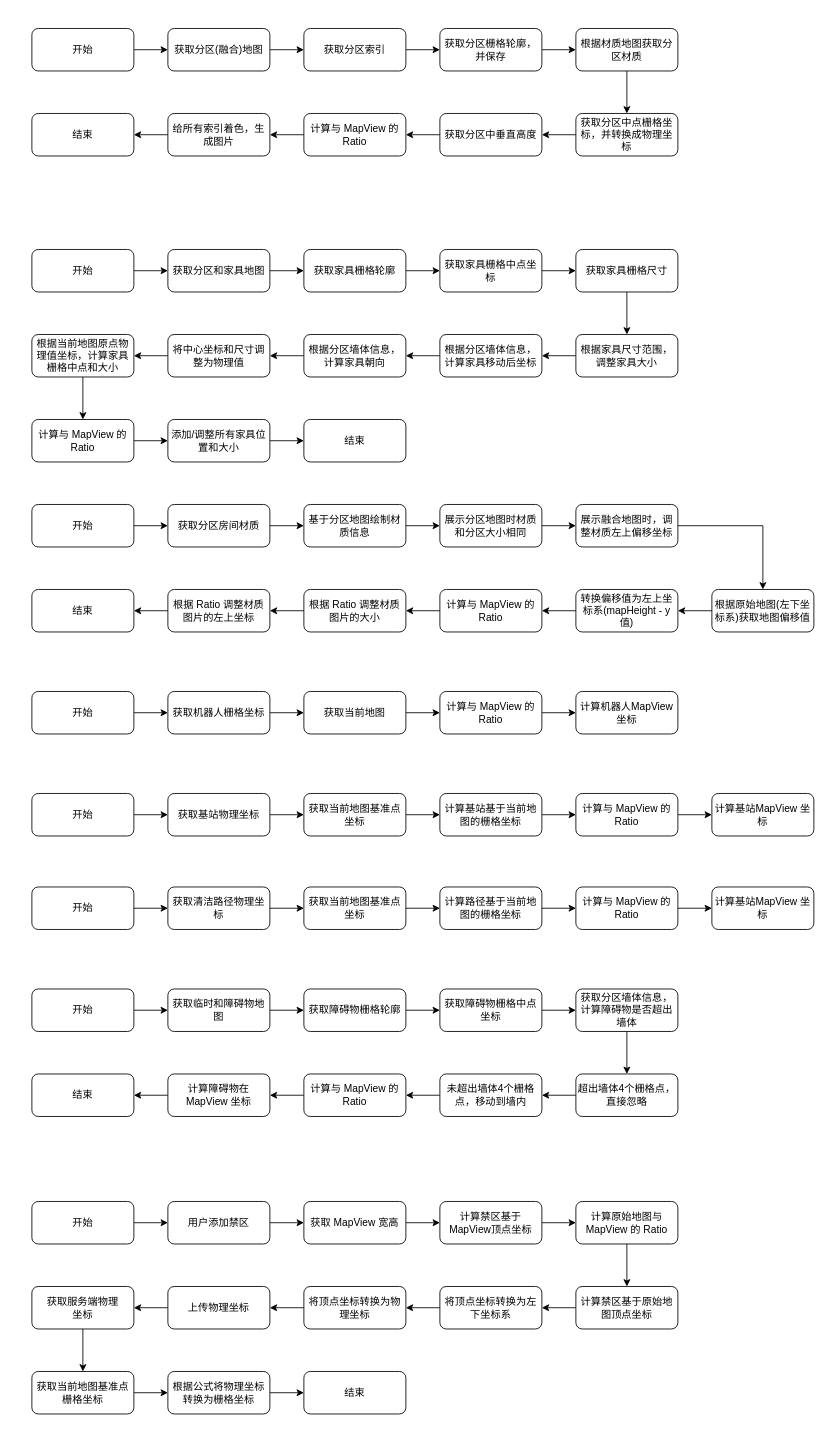
Above: 融合地图方案整理.drawio in dev-dylan/draw.io (draw.io), before the change. Source tidied: cells renumbered, new cells numbered last; positions are measured from the earlier drawing's top-left corner, leaving out a move shared by most shapes. Both pictures are drawn from the tidied source at 85%, with x=0, y=0 at pixel (31, 28).
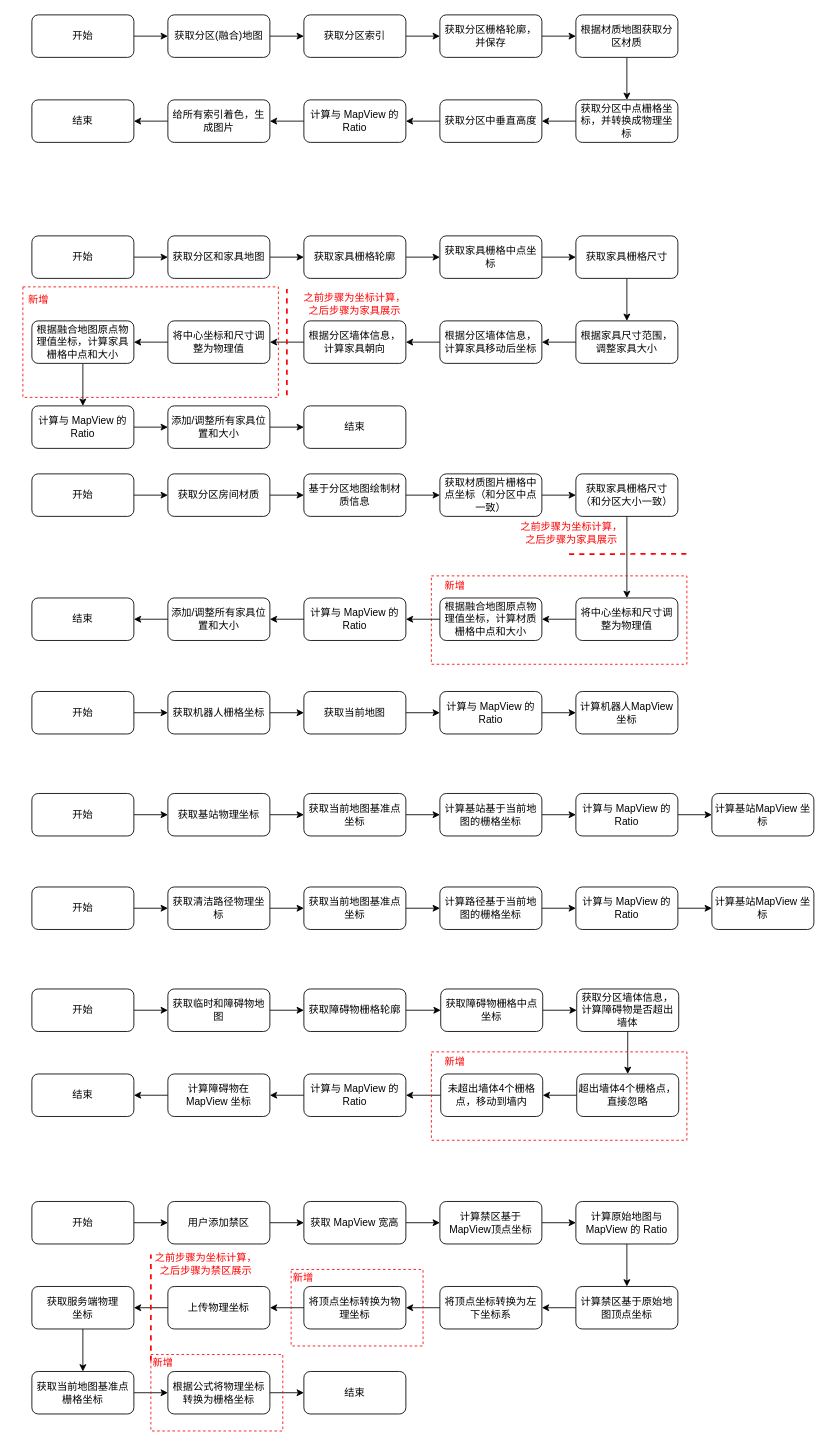
Above is the later version.

Commit message:
更新融合地图方案整理.drawio

Diff of the diagram source:
```diff
@@
     <mxCell id="3" value="开始" style="rounded=1;whiteSpace=wrap;html=1;" parent="1" vertex="1">
-      <mxGeometry width="120" height="50" as="geometry" />
+      <mxGeometry y="-16" width="120" height="50" as="geometry" />
     </mxCell>
@@
     <mxCell id="5" value="获取分区(融合)地图" style="rounded=1;whiteSpace=wrap;html=1;" parent="1" vertex="1">
-      <mxGeometry x="160" width="120" height="50" as="geometry" />
+      <mxGeometry x="160" y="-16" width="120" height="50" as="geometry" />
     </mxCell>
@@
     <mxCell id="7" value="获取分区索引" style="rounded=1;whiteSpace=wrap;html=1;" parent="1" vertex="1">
-      <mxGeometry x="320" width="120" height="50" as="geometry" />
+      <mxGeometry x="320" y="-16" width="120" height="50" as="geometry" />
     </mxCell>
@@
     <mxCell id="9" value="获取分区栅格轮廓，并保存" style="rounded=1;whiteSpace=wrap;html=1;" parent="1" vertex="1">
-      <mxGeometry x="480" width="120" height="50" as="geometry" />
+      <mxGeometry x="480" y="-16" width="120" height="50" as="geometry" />
     </mxCell>
@@
     <mxCell id="11" value="根据材质地图获取分区材质" style="rounded=1;whiteSpace=wrap;html=1;" parent="1" vertex="1">
-      <mxGeometry x="640" width="120" height="50" as="geometry" />
+      <mxGeometry x="640" y="-16" width="120" height="50" as="geometry" />
     </mxCell>
@@
     <mxCell id="13" value="获取分区中点栅格坐标，并转换成物理坐标" style="rounded=1;whiteSpace=wrap;html=1;" parent="1" vertex="1">
-      <mxGeometry x="640" y="100" width="120" height="50" as="geometry" />
+      <mxGeometry x="640" y="84" width="120" height="50" as="geometry" />
     </mxCell>
@@
     <mxCell id="15" value="获取分区中垂直高度" style="rounded=1;whiteSpace=wrap;html=1;" parent="1" vertex="1">
-      <mxGeometry x="480" y="100" width="120" height="50" as="geometry" />
+      <mxGeometry x="480" y="84" width="120" height="50" as="geometry" />
     </mxCell>
     <mxCell id="16" value="结束" style="rounded=1;whiteSpace=wrap;html=1;" parent="1" vertex="1">
-      <mxGeometry y="100" width="120" height="50" as="geometry" />
+      <mxGeometry y="84" width="120" height="50" as="geometry" />
     </mxCell>
@@
     <mxCell id="18" value="计算与 MapView 的 Ratio" style="rounded=1;whiteSpace=wrap;html=1;" parent="1" vertex="1">
-      <mxGeometry x="320" y="100" width="120" height="50" as="geometry" />
+      <mxGeometry x="320" y="84" width="120" height="50" as="geometry" />
     </mxCell>
@@
     <mxCell id="20" value="给所有索引着色，生成图片" style="rounded=1;whiteSpace=wrap;html=1;" parent="1" vertex="1">
-      <mxGeometry x="160" y="100" width="120" height="50" as="geometry" />
+      <mxGeometry x="160" y="84" width="120" height="50" as="geometry" />
     </mxCell>
@@
     <mxCell id="22" value="开始" style="rounded=1;whiteSpace=wrap;html=1;" parent="1" vertex="1">
-      <mxGeometry y="260" width="120" height="50" as="geometry" />
+      <mxGeometry y="244" width="120" height="50" as="geometry" />
     </mxCell>
@@
     <mxCell id="24" value="获取分区和家具地图" style="rounded=1;whiteSpace=wrap;html=1;" parent="1" vertex="1">
-      <mxGeometry x="160" y="260" width="120" height="50" as="geometry" />
+      <mxGeometry x="160" y="244" width="120" height="50" as="geometry" />
     </mxCell>
@@
     <mxCell id="26" value="获取家具栅格轮廓" style="rounded=1;whiteSpace=wrap;html=1;" parent="1" vertex="1">
-      <mxGeometry x="320" y="260" width="120" height="50" as="geometry" />
+      <mxGeometry x="320" y="244" width="120" height="50" as="geometry" />
     </mxCell>
@@
     <mxCell id="28" value="获取家具栅格中点坐标" style="rounded=1;whiteSpace=wrap;html=1;" parent="1" vertex="1">
-      <mxGeometry x="480" y="260" width="120" height="50" as="geometry" />
+      <mxGeometry x="480" y="244" width="120" height="50" as="geometry" />
     </mxCell>
@@
     <mxCell id="30" value="获取家具栅格尺寸" style="rounded=1;whiteSpace=wrap;html=1;" parent="1" vertex="1">
-      <mxGeometry x="640" y="260" width="120" height="50" as="geometry" />
+      <mxGeometry x="640" y="244" width="120" height="50" as="geometry" />
     </mxCell>
@@
     <mxCell id="32" value="根据家具尺寸范围，调整家具大小" style="rounded=1;whiteSpace=wrap;html=1;" parent="1" vertex="1">
-      <mxGeometry x="640" y="360" width="120" height="50" as="geometry" />
+      <mxGeometry x="640" y="344" width="120" height="50" as="geometry" />
     </mxCell>
@@
     <mxCell id="34" value="根据分区墙体信息，计算家具移动后坐标" style="rounded=1;whiteSpace=wrap;html=1;" parent="1" vertex="1">
-      <mxGeometry x="480" y="360" width="120" height="50" as="geometry" />
+      <mxGeometry x="480" y="344" width="120" height="50" as="geometry" />
     </mxCell>
@@
-    <mxCell id="36" value="根据当前地图原点物理值坐标，计算家具栅格中点和大小" style="rounded=1;whiteSpace=wrap;html=1;" parent="1" vertex="1">
-      <mxGeometry y="360" width="120" height="50" as="geometry" />
+    <mxCell id="36" value="根据融合地图原点物理值坐标，计算家具栅格中点和大小" style="rounded=1;whiteSpace=wrap;html=1;" parent="1" vertex="1">
+      <mxGeometry y="344" width="120" height="50" as="geometry" />
     </mxCell>
@@
     <mxCell id="38" value="根据分区墙体信息，计算家具朝向" style="rounded=1;whiteSpace=wrap;html=1;" parent="1" vertex="1">
-      <mxGeometry x="320" y="360" width="120" height="50" as="geometry" />
+      <mxGeometry x="320" y="344" width="120" height="50" as="geometry" />
     </mxCell>
@@
     <mxCell id="40" value="将中心坐标和尺寸调整为物理值" style="rounded=1;whiteSpace=wrap;html=1;" parent="1" vertex="1">
-      <mxGeometry x="160" y="360" width="120" height="50" as="geometry" />
+      <mxGeometry x="160" y="344" width="120" height="50" as="geometry" />
     </mxCell>
@@
     <mxCell id="42" value="计算与 MapView 的 Ratio" style="rounded=1;whiteSpace=wrap;html=1;" parent="1" vertex="1">
-      <mxGeometry y="460" width="120" height="50" as="geometry" />
+      <mxGeometry y="444" width="120" height="50" as="geometry" />
     </mxCell>
@@
     <mxCell id="44" value="添加/调整所有家具位置和大小" style="rounded=1;whiteSpace=wrap;html=1;" parent="1" vertex="1">
-      <mxGeometry x="160" y="460" width="120" height="50" as="geometry" />
+      <mxGeometry x="160" y="444" width="120" height="50" as="geometry" />
     </mxCell>
     <mxCell id="45" value="结束" style="rounded=1;whiteSpace=wrap;html=1;" parent="1" vertex="1">
-      <mxGeometry x="320" y="460" width="120" height="50" as="geometry" />
+      <mxGeometry x="320" y="444" width="120" height="50" as="geometry" />
     </mxCell>
-    <mxCell id="46" style="edgeStyle=orthogonalEdgeStyle;rounded=0;jettySize=auto;html=1;exitX=1;exitY=0.5;exitDx=0;exitDy=0;" parent="1" edge="1" source="47" target="49">
-      <mxGeometry relative="1" as="geometry" />
-    </mxCell>
-    <mxCell id="47" value="开始" style="rounded=1;whiteSpace=wrap;html=1;" parent="1" vertex="1">
-      <mxGeometry y="560" width="120" height="50" as="geometry" />
-    </mxCell>
-    <mxCell id="48" style="edgeStyle=orthogonalEdgeStyle;rounded=0;jettySize=auto;html=1;exitX=1;exitY=0.5;exitDx=0;exitDy=0;" parent="1" edge="1" source="49" target="51">
-      <mxGeometry relative="1" as="geometry" />
-    </mxCell>
-    <mxCell id="49" value="获取分区房间材质" style="rounded=1;whiteSpace=wrap;html=1;" parent="1" vertex="1">
-      <mxGeometry x="160" y="560" width="120" height="50" as="geometry" />
-    </mxCell>
-    <mxCell id="50" style="edgeStyle=orthogonalEdgeStyle;rounded=0;jettySize=auto;html=1;exitX=1;exitY=0.5;exitDx=0;exitDy=0;" parent="1" edge="1" source="51" target="53">
-      <mxGeometry relative="1" as="geometry" />
-    </mxCell>
-    <mxCell id="51" value="基于分区地图绘制材质信息" style="rounded=1;whiteSpace=wrap;html=1;" parent="1" vertex="1">
-      <mxGeometry x="320" y="560" width="120" height="50" as="geometry" />
-    </mxCell>
-    <mxCell id="52" style="edgeStyle=orthogonalEdgeStyle;rounded=0;jettySize=auto;html=1;exitX=1;exitY=0.5;exitDx=0;exitDy=0;" parent="1" edge="1" source="53" target="55">
-      <mxGeometry relative="1" as="geometry" />
-    </mxCell>
-    <mxCell id="53" value="展示分区地图时材质和分区大小相同" style="rounded=1;whiteSpace=wrap;html=1;" parent="1" vertex="1">
-      <mxGeometry x="480" y="560" width="120" height="50" as="geometry" />
-    </mxCell>
-    <mxCell id="54" style="edgeStyle=orthogonalEdgeStyle;rounded=0;jettySize=auto;html=1;exitX=1;exitY=0.5;exitDx=0;exitDy=0;entryX=0.5;entryY=0;entryDx=0;entryDy=0;" parent="1" edge="1" source="55" target="57">
-      <mxGeometry relative="1" as="geometry" />
-    </mxCell>
-    <mxCell id="55" value="展示融合地图时，调整材质左上偏移坐标" style="rounded=1;whiteSpace=wrap;html=1;" parent="1" vertex="1">
-      <mxGeometry x="640" y="560" width="120" height="50" as="geometry" />
-    </mxCell>
-    <mxCell id="56" style="edgeStyle=orthogonalEdgeStyle;rounded=0;jettySize=auto;html=1;exitX=0;exitY=0.5;exitDx=0;exitDy=0;entryX=1;entryY=0.5;entryDx=0;entryDy=0;" parent="1" edge="1" source="57" target="59">
-      <mxGeometry relative="1" as="geometry" />
-    </mxCell>
-    <mxCell id="57" value="根据原始地图(左下坐标系)获取地图偏移值" style="rounded=1;whiteSpace=wrap;html=1;" parent="1" vertex="1">
-      <mxGeometry x="800" y="660" width="120" height="50" as="geometry" />
-    </mxCell>
-    <mxCell id="58" style="edgeStyle=orthogonalEdgeStyle;rounded=0;jettySize=auto;html=1;exitX=0;exitY=0.5;exitDx=0;exitDy=0;entryX=1;entryY=0.5;entryDx=0;entryDy=0;" parent="1" edge="1" source="59" target="63">
-      <mxGeometry relative="1" as="geometry" />
-    </mxCell>
-    <mxCell id="59" value="转换偏移值为左上坐标系(mapHeight - y 值)" style="rounded=1;whiteSpace=wrap;html=1;" parent="1" vertex="1">
-      <mxGeometry x="640" y="660" width="120" height="50" as="geometry" />
-    </mxCell>
-    <mxCell id="60" style="edgeStyle=orthogonalEdgeStyle;rounded=0;jettySize=auto;html=1;exitX=0;exitY=0.5;exitDx=0;exitDy=0;entryX=1;entryY=0.5;entryDx=0;entryDy=0;" parent="1" edge="1" source="61" target="66">
-      <mxGeometry relative="1" as="geometry" />
-    </mxCell>
-    <mxCell id="61" value="根据 Ratio 调整材质图片的左上坐标" style="rounded=1;whiteSpace=wrap;html=1;" parent="1" vertex="1">
-      <mxGeometry x="160" y="660" width="120" height="50" as="geometry" />
-    </mxCell>
-    <mxCell id="62" style="edgeStyle=orthogonalEdgeStyle;rounded=0;jettySize=auto;html=1;exitX=0;exitY=0.5;exitDx=0;exitDy=0;entryX=1;entryY=0.5;entryDx=0;entryDy=0;" parent="1" edge="1" source="63" target="65">
-      <mxGeometry relative="1" as="geometry" />
-    </mxCell>
-    <mxCell id="63" value="计算与 MapView 的 Ratio" style="rounded=1;whiteSpace=wrap;html=1;" parent="1" vertex="1">
-      <mxGeometry x="480" y="660" width="120" height="50" as="geometry" />
-    </mxCell>
-    <mxCell id="64" style="edgeStyle=orthogonalEdgeStyle;rounded=0;jettySize=auto;html=1;exitX=0;exitY=0.5;exitDx=0;exitDy=0;entryX=1;entryY=0.5;entryDx=0;entryDy=0;" parent="1" edge="1" source="65" target="61">
-      <mxGeometry relative="1" as="geometry" />
-    </mxCell>
-    <mxCell id="65" value="根据 Ratio 调整材质图片的大小" style="rounded=1;whiteSpace=wrap;html=1;" parent="1" vertex="1">
-      <mxGeometry x="320" y="660" width="120" height="50" as="geometry" />
-    </mxCell>
-    <mxCell id="66" value="结束" style="rounded=1;whiteSpace=wrap;html=1;" parent="1" vertex="1">
-      <mxGeometry y="660" width="120" height="50" as="geometry" />
-    </mxCell>
@@
     <mxCell id="105" value="获取障碍物栅格中点坐标" style="rounded=1;whiteSpace=wrap;html=1;" parent="1" vertex="1">
-      <mxGeometry x="480" y="1130" width="120" height="50" as="geometry" />
+      <mxGeometry x="481" y="1130" width="120" height="50" as="geometry" />
     </mxCell>
@@
     <mxCell id="107" value="获取分区墙体信息，计算障碍物是否超出墙体" style="rounded=1;whiteSpace=wrap;html=1;" parent="1" vertex="1">
-      <mxGeometry x="640" y="1130" width="120" height="50" as="geometry" />
+      <mxGeometry x="641" y="1130" width="120" height="50" as="geometry" />
     </mxCell>
@@
     <mxCell id="109" value="超出墙体4个栅格点，直接忽略" style="rounded=1;whiteSpace=wrap;html=1;" parent="1" vertex="1">
-      <mxGeometry x="640" y="1230" width="120" height="50" as="geometry" />
+      <mxGeometry x="641" y="1230" width="120" height="50" as="geometry" />
     </mxCell>
@@
     <mxCell id="111" value="未超出墙体4个栅格点，移动到墙内" style="rounded=1;whiteSpace=wrap;html=1;" parent="1" vertex="1">
-      <mxGeometry x="480" y="1230" width="120" height="50" as="geometry" />
+      <mxGeometry x="481" y="1230" width="120" height="50" as="geometry" />
     </mxCell>
@@
+    <mxCell id="142" style="endArrow=none;dashed=1;html=1;rounded=0;fillColor=#f8cecc;strokeColor=#ff0000;strokeWidth=2;" parent="1" edge="1">
+      <mxGeometry relative="1" as="geometry">
+        <mxPoint x="300" y="431.5" as="sourcePoint" />
+        <mxPoint x="300" y="306.5" as="targetPoint" />
+      </mxGeometry>
+    </mxCell>
+    <mxCell id="143" value="之前步骤为坐标计算，&lt;br&gt;之后步骤为家具展示" style="text;html=1;strokeColor=none;fillColor=none;align=center;verticalAlign=middle;whiteSpace=wrap;rounded=0;fontColor=#ff0000;" parent="1" vertex="1">
+      <mxGeometry x="305" y="314" width="150" height="20" as="geometry" />
+    </mxCell>
+    <mxCell id="144" style="group;" parent="1" vertex="1">
+      <mxGeometry x="-20" y="304" width="310" height="130" as="geometry" />
+    </mxCell>
+    <mxCell id="145" style="rounded=0;whiteSpace=wrap;html=1;dashed=1;fillColor=none;strokeColor=#ff0000;" parent="144" vertex="1">
+      <mxGeometry x="9.4" width="300.6" height="130" as="geometry" />
+    </mxCell>
+    <mxCell id="146" value="新增" style="text;html=1;strokeColor=none;fillColor=none;align=center;verticalAlign=middle;whiteSpace=wrap;rounded=0;fontColor=#ff0000;" parent="144" vertex="1">
+      <mxGeometry width="56.4" height="30" as="geometry" />
+    </mxCell>
+    <mxCell id="46" style="edgeStyle=orthogonalEdgeStyle;rounded=0;jettySize=auto;html=1;exitX=1;exitY=0.5;exitDx=0;exitDy=0;" parent="1" edge="1" source="47" target="49">
+      <mxGeometry relative="1" as="geometry" />
+    </mxCell>
+    <mxCell id="47" value="开始" style="rounded=1;whiteSpace=wrap;html=1;" parent="1" vertex="1">
+      <mxGeometry y="524" width="120" height="50" as="geometry" />
+    </mxCell>
+    <mxCell id="48" style="edgeStyle=orthogonalEdgeStyle;rounded=0;jettySize=auto;html=1;exitX=1;exitY=0.5;exitDx=0;exitDy=0;" parent="1" edge="1" source="49" target="51">
+      <mxGeometry relative="1" as="geometry" />
+    </mxCell>
+    <mxCell id="49" value="获取分区房间材质" style="rounded=1;whiteSpace=wrap;html=1;" parent="1" vertex="1">
+      <mxGeometry x="160" y="524" width="120" height="50" as="geometry" />
+    </mxCell>
+    <mxCell id="147" style="edgeStyle=orthogonalEdgeStyle;rounded=0;jettySize=auto;html=1;exitX=1;exitY=0.5;exitDx=0;exitDy=0;" parent="1" edge="1" source="51" target="149">
+      <mxGeometry relative="1" as="geometry" />
+    </mxCell>
+    <mxCell id="51" value="基于分区地图绘制材质信息" style="rounded=1;whiteSpace=wrap;html=1;" parent="1" vertex="1">
+      <mxGeometry x="320" y="524" width="120" height="50" as="geometry" />
+    </mxCell>
+    <mxCell id="148" style="edgeStyle=orthogonalEdgeStyle;rounded=0;jettySize=auto;html=1;exitX=1;exitY=0.5;exitDx=0;exitDy=0;" parent="1" edge="1" source="149" target="151">
+      <mxGeometry relative="1" as="geometry" />
+    </mxCell>
+    <mxCell id="149" value="获取材质图片栅格中点坐标（和分区中点一致）" style="rounded=1;whiteSpace=wrap;html=1;" parent="1" vertex="1">
+      <mxGeometry x="480" y="524" width="120" height="50" as="geometry" />
+    </mxCell>
+    <mxCell id="150" style="edgeStyle=orthogonalEdgeStyle;rounded=0;jettySize=auto;html=1;exitX=0.5;exitY=1;exitDx=0;exitDy=0;" parent="1" edge="1" source="151" target="161">
+      <mxGeometry relative="1" as="geometry" />
+    </mxCell>
+    <mxCell id="151" value="获取家具栅格尺寸（和分区大小一致）" style="rounded=1;whiteSpace=wrap;html=1;" parent="1" vertex="1">
+      <mxGeometry x="640" y="524" width="120" height="50" as="geometry" />
+    </mxCell>
+    <mxCell id="152" style="edgeStyle=orthogonalEdgeStyle;rounded=0;jettySize=auto;html=1;exitX=0;exitY=0.5;exitDx=0;exitDy=0;entryX=1;entryY=0.5;entryDx=0;entryDy=0;" parent="1" edge="1" source="161" target="163">
+      <mxGeometry relative="1" as="geometry" />
+    </mxCell>
+    <mxCell id="153" style="edgeStyle=orthogonalEdgeStyle;rounded=0;jettySize=auto;html=1;exitX=0;exitY=0.5;exitDx=0;exitDy=0;entryX=1;entryY=0.5;entryDx=0;entryDy=0;" parent="1" edge="1" source="63" target="155">
+      <mxGeometry relative="1" as="geometry" />
+    </mxCell>
+    <mxCell id="63" value="计算与 MapView 的 Ratio" style="rounded=1;whiteSpace=wrap;html=1;" parent="1" vertex="1">
+      <mxGeometry x="320" y="670" width="120" height="50" as="geometry" />
+    </mxCell>
+    <mxCell id="154" style="edgeStyle=orthogonalEdgeStyle;rounded=0;jettySize=auto;html=1;exitX=0;exitY=0.5;exitDx=0;exitDy=0;entryX=1;entryY=0.5;entryDx=0;entryDy=0;" parent="1" edge="1" source="155" target="66">
+      <mxGeometry relative="1" as="geometry" />
+    </mxCell>
+    <mxCell id="155" value="添加/调整所有家具位置和大小" style="rounded=1;whiteSpace=wrap;html=1;" parent="1" vertex="1">
+      <mxGeometry x="160" y="670" width="120" height="50" as="geometry" />
+    </mxCell>
+    <mxCell id="66" value="结束" style="rounded=1;whiteSpace=wrap;html=1;" parent="1" vertex="1">
+      <mxGeometry y="670" width="120" height="50" as="geometry" />
+    </mxCell>
+    <mxCell id="156" style="endArrow=none;dashed=1;html=1;rounded=0;fillColor=#f8cecc;strokeColor=#ff0000;strokeWidth=2;" parent="1" edge="1">
+      <mxGeometry relative="1" as="geometry">
+        <mxPoint x="770" y="618" as="sourcePoint" />
+        <mxPoint x="630" y="618.5" as="targetPoint" />
+      </mxGeometry>
+    </mxCell>
+    <mxCell id="157" value="之前步骤为坐标计算，&lt;br&gt;之后步骤为家具展示" style="text;html=1;strokeColor=none;fillColor=none;align=center;verticalAlign=middle;whiteSpace=wrap;rounded=0;fontColor=#ff0000;" parent="1" vertex="1">
+      <mxGeometry x="560" y="584" width="150" height="20" as="geometry" />
+    </mxCell>
+    <mxCell id="158" style="group;" parent="1" vertex="1">
+      <mxGeometry x="470" y="644" width="310" height="104" as="geometry" />
+    </mxCell>
+    <mxCell id="159" value="新增" style="text;html=1;strokeColor=none;fillColor=none;align=center;verticalAlign=middle;whiteSpace=wrap;rounded=0;fontColor=#ff0000;" parent="158" vertex="1">
+      <mxGeometry width="56.4" height="24" as="geometry" />
+    </mxCell>
+    <mxCell id="160" style="rounded=0;whiteSpace=wrap;html=1;dashed=1;fillColor=none;strokeColor=#ff0000;" parent="158" vertex="1">
+      <mxGeometry width="300.6" height="104" as="geometry" />
+    </mxCell>
+    <mxCell id="161" value="将中心坐标和尺寸调整为物理值" style="rounded=1;whiteSpace=wrap;html=1;" parent="1" vertex="1">
+      <mxGeometry x="640" y="670" width="120" height="50" as="geometry" />
+    </mxCell>
+    <mxCell id="162" style="edgeStyle=orthogonalEdgeStyle;rounded=0;jettySize=auto;html=1;exitX=0;exitY=0.5;exitDx=0;exitDy=0;entryX=1;entryY=0.5;entryDx=0;entryDy=0;" parent="1" edge="1" source="163" target="63">
+      <mxGeometry relative="1" as="geometry" />
+    </mxCell>
+    <mxCell id="163" value="根据融合地图原点物理值坐标，计算材质栅格中点和大小" style="rounded=1;whiteSpace=wrap;html=1;" parent="1" vertex="1">
+      <mxGeometry x="480" y="670" width="120" height="50" as="geometry" />
+    </mxCell>
+    <mxCell id="164" style="group;" parent="1" vertex="1">
+      <mxGeometry x="470" y="1204" width="310" height="104" as="geometry" />
+    </mxCell>
+    <mxCell id="165" value="新增" style="text;html=1;strokeColor=none;fillColor=none;align=center;verticalAlign=middle;whiteSpace=wrap;rounded=0;fontColor=#ff0000;" parent="164" vertex="1">
+      <mxGeometry width="56.4" height="24" as="geometry" />
+    </mxCell>
+    <mxCell id="166" style="rounded=0;whiteSpace=wrap;html=1;dashed=1;fillColor=none;strokeColor=#ff0000;" parent="164" vertex="1">
+      <mxGeometry width="300.6" height="104" as="geometry" />
+    </mxCell>
+    <mxCell id="167" style="group;" parent="1" vertex="1">
+      <mxGeometry x="305" y="1460" width="160" height="90" as="geometry" />
+    </mxCell>
+    <mxCell id="168" value="新增" style="text;html=1;strokeColor=none;fillColor=none;align=center;verticalAlign=middle;whiteSpace=wrap;rounded=0;fontColor=#ff0000;" parent="167" vertex="1">
+      <mxGeometry width="29.1" height="20.8" as="geometry" />
+    </mxCell>
+    <mxCell id="169" style="rounded=0;whiteSpace=wrap;html=1;dashed=1;fillColor=none;strokeColor=#ff0000;" parent="167" vertex="1">
+      <mxGeometry width="155.2" height="90" as="geometry" />
+    </mxCell>
+    <mxCell id="170" style="endArrow=none;dashed=1;html=1;rounded=0;fillColor=#f8cecc;strokeColor=#ff0000;strokeWidth=2;" parent="1" edge="1">
+      <mxGeometry relative="1" as="geometry">
+        <mxPoint x="140" y="1567.5" as="sourcePoint" />
+        <mxPoint x="140" y="1442.5" as="targetPoint" />
+      </mxGeometry>
+    </mxCell>
+    <mxCell id="171" value="之前步骤为坐标计算，&lt;br&gt;之后步骤为禁区展示" style="text;html=1;strokeColor=none;fillColor=none;align=center;verticalAlign=middle;whiteSpace=wrap;rounded=0;fontColor=#ff0000;" parent="1" vertex="1">
+      <mxGeometry x="130" y="1444" width="150" height="20" as="geometry" />
+    </mxCell>
+    <mxCell id="172" style="group;" parent="1" vertex="1">
+      <mxGeometry x="140" y="1560" width="160" height="90" as="geometry" />
+    </mxCell>
+    <mxCell id="173" value="新增" style="text;html=1;strokeColor=none;fillColor=none;align=center;verticalAlign=middle;whiteSpace=wrap;rounded=0;fontColor=#ff0000;" parent="172" vertex="1">
+      <mxGeometry width="29.1" height="20.8" as="geometry" />
+    </mxCell>
+    <mxCell id="174" style="rounded=0;whiteSpace=wrap;html=1;dashed=1;fillColor=none;strokeColor=#ff0000;" parent="172" vertex="1">
+      <mxGeometry width="155.2" height="90" as="geometry" />
+    </mxCell>
```
